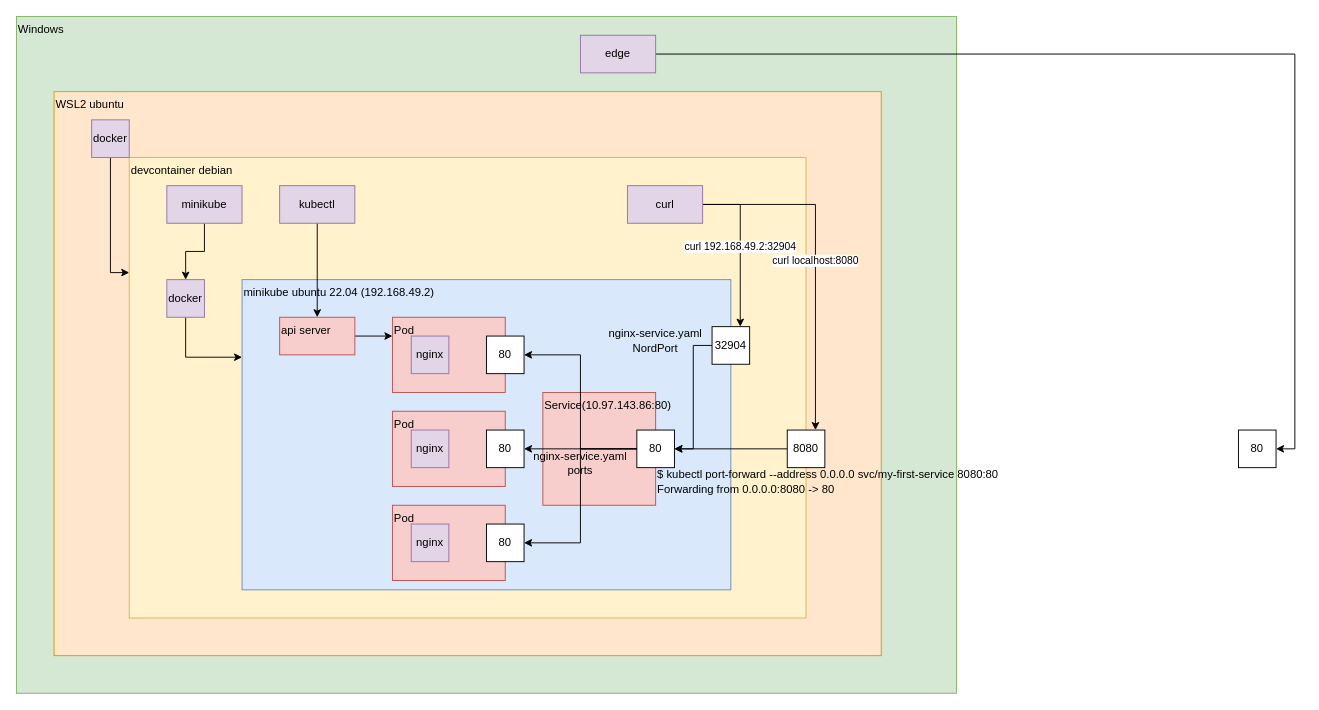
Riliumph/k8s_tutorial keeps this draw.io diagram as page "cyboze" (3 of 3) of art.drawio. Above is the earlier version. Source tidied: cells renumbered, new cells numbered last; positions are measured from the earlier drawing's top-left corner, leaving out a move shared by most shapes. Both pictures are drawn from the tidied source at 94%, with x=0, y=0 at pixel (16, 16).
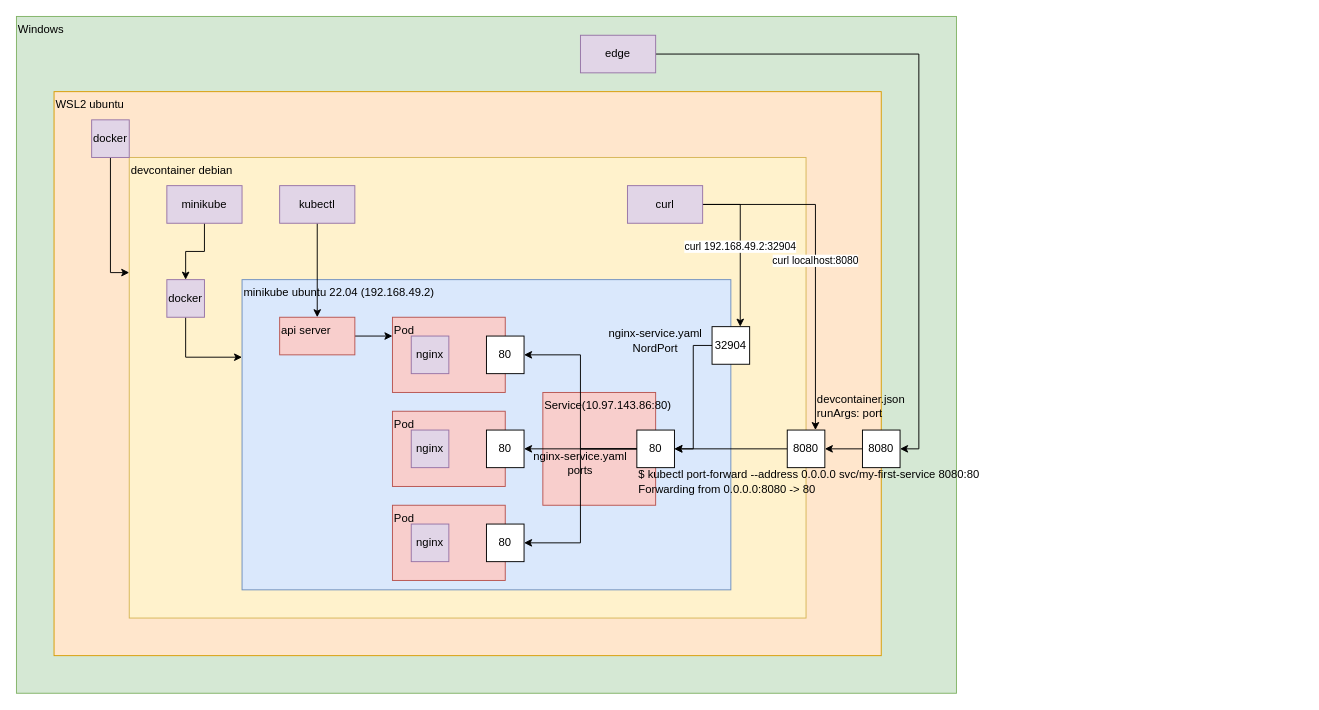
The same page after the edit.

The change refers to these unchanged cells:
```xml
<mxCell id="16" value="edge" style="rounded=0;whiteSpace=wrap;html=1;verticalAlign=middle;align=center;fillColor=#e1d5e7;strokeColor=#9673a6;" parent="2" vertex="1">
  <mxGeometry x="600" y="20" width="80" height="40" as="geometry" />
</mxCell>
<mxCell id="40" value="8080" style="rounded=0;whiteSpace=wrap;html=1;" parent="2" vertex="1">
  <mxGeometry x="820" y="440" width="40" height="40" as="geometry" />
</mxCell>
```

The edit, as a diff of the source:
```diff
@@
-    <mxCell id="15" style="edgeStyle=orthogonalEdgeStyle;rounded=0;jettySize=auto;html=1;exitX=1;exitY=0.5;exitDx=0;exitDy=0;entryX=1;entryY=0.5;entryDx=0;entryDy=0;" parent="2" edge="1" source="16" target="28">
+    <mxCell id="15" style="edgeStyle=orthogonalEdgeStyle;rounded=0;jettySize=auto;html=1;exitX=1;exitY=0.5;exitDx=0;exitDy=0;entryX=1;entryY=0.5;entryDx=0;entryDy=0;" parent="2" edge="1" source="16" target="45">
       <mxGeometry relative="1" as="geometry" />
     </mxCell>
@@
-    <mxCell id="28" value="80" style="rounded=0;whiteSpace=wrap;html=1;" parent="2" vertex="1">
-      <mxGeometry x="1300" y="440" width="40" height="40" as="geometry" />
-    </mxCell>
@@
     <mxCell id="42" value="&lt;div&gt;$ kubectl port-forward --address 0.0.0.0 svc/my-first-service&amp;nbsp;&lt;span style=&quot;background-color: transparent; color: light-dark(rgb(0, 0, 0), rgb(255, 255, 255));&quot;&gt;8080:80&lt;/span&gt;&lt;/div&gt;&lt;div&gt;Forwarding from 0.0.0.0:8080 -&amp;gt; 80&lt;/div&gt;" style="text;html=1;whiteSpace=wrap;strokeColor=none;fillColor=none;align=left;verticalAlign=middle;rounded=0;" parent="2" vertex="1">
-      <mxGeometry x="680" y="480" width="390" height="30" as="geometry" />
+      <mxGeometry x="660" y="480" width="390" height="30" as="geometry" />
     </mxCell>
@@
+    <mxCell id="44" style="edgeStyle=orthogonalEdgeStyle;rounded=0;jettySize=auto;html=1;exitX=0;exitY=0.5;exitDx=0;exitDy=0;entryX=1;entryY=0.5;entryDx=0;entryDy=0;" parent="2" edge="1" source="45" target="40">
+      <mxGeometry relative="1" as="geometry" />
+    </mxCell>
+    <mxCell id="45" value="8080" style="rounded=0;whiteSpace=wrap;html=1;" parent="2" vertex="1">
+      <mxGeometry x="900" y="440" width="40" height="40" as="geometry" />
+    </mxCell>
+    <mxCell id="46" value="&lt;div&gt;devcontainer.json&lt;/div&gt;&lt;div&gt;runArgs: port&lt;/div&gt;" style="text;html=1;whiteSpace=wrap;strokeColor=none;fillColor=none;align=left;verticalAlign=middle;rounded=0;" parent="2" vertex="1">
+      <mxGeometry x="850" y="400" width="120" height="30" as="geometry" />
+    </mxCell>
```
